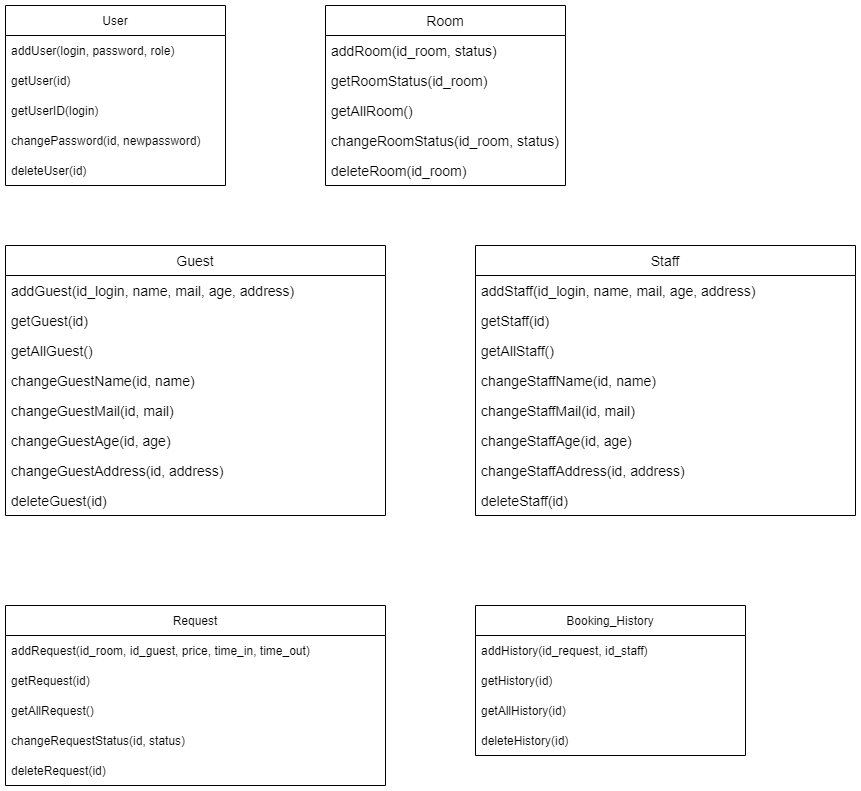
KulosisCode/PPO_BMSTU keeps this draw.io diagram as img/DA.png. Above is the earlier version. Source tidied: cells renumbered, new cells last; positions are measured from the earlier drawing's top-left corner, leaving out a move shared by most shapes.
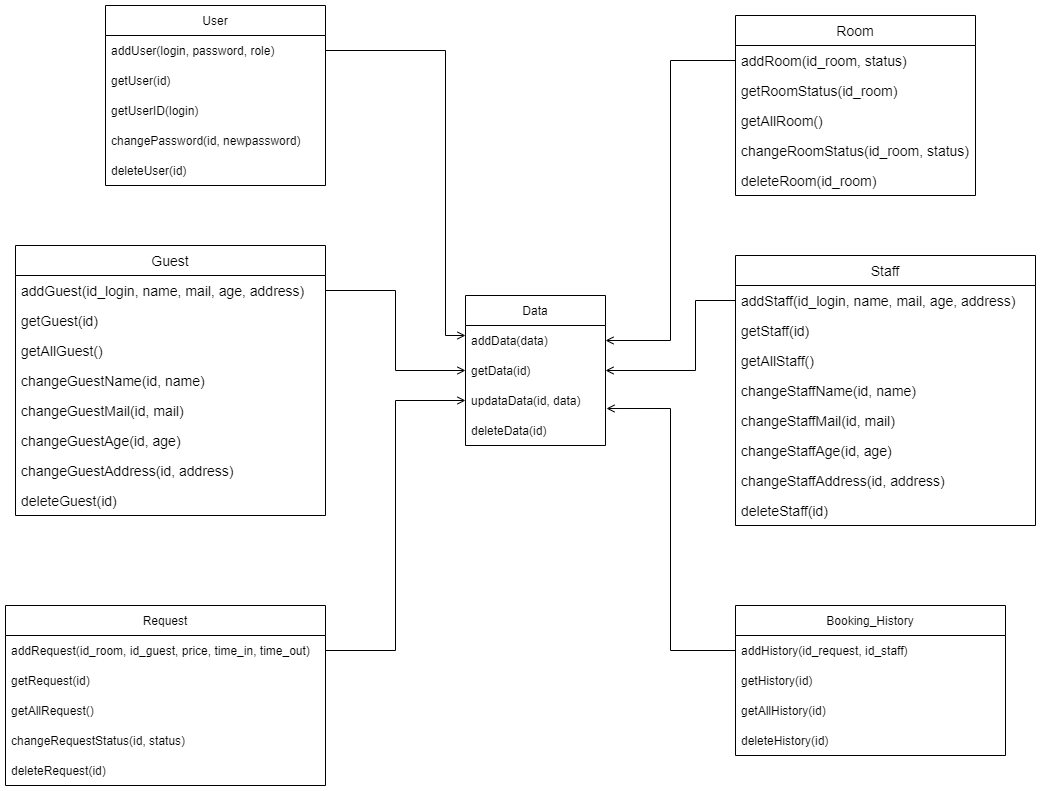
The same file after the commit.

Diff of the diagram source:
```diff
@@ -3,7 +3,7 @@
     <mxCell id="0" />
     <mxCell id="1" parent="0" />
     <mxCell id="2" value="Room" style="swimlane;fontStyle=0;horizontal=1;startSize=30;fontSize=14;" parent="1" vertex="1">
-      <mxGeometry x="320" width="240" height="180" as="geometry" />
+      <mxGeometry x="720" y="10" width="240" height="180" as="geometry" />
     </mxCell>
     <mxCell id="3" value="addRoom(id_room, status)" style="text;strokeColor=none;fillColor=none;align=left;verticalAlign=middle;spacingLeft=4;spacingRight=4;overflow=hidden;points=[[0,0.5],[1,0.5]];portConstraint=eastwest;fontSize=14;" parent="2" vertex="1">
       <mxGeometry y="30" width="240" height="30" as="geometry" />
@@ -21,7 +21,7 @@
       <mxGeometry y="150" width="240" height="30" as="geometry" />
     </mxCell>
     <mxCell id="8" value="User" style="swimlane;fontStyle=0;horizontal=1;startSize=30;" parent="1" vertex="1">
-      <mxGeometry width="220" height="180" as="geometry" />
+      <mxGeometry x="90" width="220" height="180" as="geometry" />
     </mxCell>
     <mxCell id="9" value="addUser(login, password, role)" style="text;strokeColor=none;fillColor=none;align=left;verticalAlign=middle;spacingLeft=4;spacingRight=4;overflow=hidden;points=[[0,0.5],[1,0.5]];portConstraint=eastwest;" parent="8" vertex="1">
       <mxGeometry y="30" width="220" height="30" as="geometry" />
@@ -39,79 +39,79 @@
       <mxGeometry y="150" width="220" height="30" as="geometry" />
     </mxCell>
     <mxCell id="14" value="Staff" style="swimlane;fontStyle=0;horizontal=1;startSize=30;fontSize=14;" parent="1" vertex="1">
-      <mxGeometry x="470" y="240" width="380" height="270" as="geometry" />
+      <mxGeometry x="720" y="250" width="300" height="270" as="geometry" />
     </mxCell>
     <mxCell id="15" value="addStaff(id_login, name, mail, age, address)" style="text;strokeColor=none;fillColor=none;align=left;verticalAlign=middle;spacingLeft=4;spacingRight=4;overflow=hidden;points=[[0,0.5],[1,0.5]];portConstraint=eastwest;fontSize=14;" parent="14" vertex="1">
-      <mxGeometry y="30" width="380" height="30" as="geometry" />
+      <mxGeometry y="30" width="300" height="30" as="geometry" />
     </mxCell>
     <mxCell id="16" value="getStaff(id)" style="text;strokeColor=none;fillColor=none;align=left;verticalAlign=middle;spacingLeft=4;spacingRight=4;overflow=hidden;fontSize=14;" parent="14" vertex="1">
-      <mxGeometry y="60" width="380" height="30" as="geometry" />
+      <mxGeometry y="60" width="300" height="30" as="geometry" />
     </mxCell>
     <mxCell id="17" value="getAllStaff()" style="text;strokeColor=none;fillColor=none;align=left;verticalAlign=middle;spacingLeft=4;spacingRight=4;overflow=hidden;fontSize=14;" parent="14" vertex="1">
-      <mxGeometry y="90" width="380" height="30" as="geometry" />
+      <mxGeometry y="90" width="300" height="30" as="geometry" />
     </mxCell>
     <mxCell id="18" value="changeStaffName(id, name)" style="text;strokeColor=none;fillColor=none;align=left;verticalAlign=middle;spacingLeft=4;spacingRight=4;overflow=hidden;fontSize=14;" parent="14" vertex="1">
-      <mxGeometry y="120" width="380" height="30" as="geometry" />
+      <mxGeometry y="120" width="300" height="30" as="geometry" />
     </mxCell>
     <mxCell id="19" value="changeStaffMail(id, mail)" style="text;strokeColor=none;fillColor=none;align=left;verticalAlign=middle;spacingLeft=4;spacingRight=4;overflow=hidden;fontSize=14;" parent="14" vertex="1">
-      <mxGeometry y="150" width="380" height="30" as="geometry" />
+      <mxGeometry y="150" width="300" height="30" as="geometry" />
     </mxCell>
     <mxCell id="20" value="changeStaffAge(id, age)" style="text;strokeColor=none;fillColor=none;align=left;verticalAlign=middle;spacingLeft=4;spacingRight=4;overflow=hidden;fontSize=14;" parent="14" vertex="1">
-      <mxGeometry y="180" width="380" height="30" as="geometry" />
+      <mxGeometry y="180" width="300" height="30" as="geometry" />
     </mxCell>
     <mxCell id="21" value="changeStaffAddress(id, address)" style="text;strokeColor=none;fillColor=none;align=left;verticalAlign=middle;spacingLeft=4;spacingRight=4;overflow=hidden;fontSize=14;" parent="14" vertex="1">
-      <mxGeometry y="210" width="380" height="30" as="geometry" />
+      <mxGeometry y="210" width="300" height="30" as="geometry" />
     </mxCell>
     <mxCell id="22" value="deleteStaff(id)" style="text;strokeColor=none;fillColor=none;align=left;verticalAlign=middle;spacingLeft=4;spacingRight=4;overflow=hidden;fontSize=14;" parent="14" vertex="1">
-      <mxGeometry y="240" width="380" height="30" as="geometry" />
+      <mxGeometry y="240" width="300" height="30" as="geometry" />
     </mxCell>
     <mxCell id="23" value="Guest" style="swimlane;fontStyle=0;horizontal=1;startSize=30;fontSize=14;" parent="1" vertex="1">
-      <mxGeometry y="240" width="380" height="270" as="geometry" />
+      <mxGeometry y="240" width="310" height="270" as="geometry" />
     </mxCell>
     <mxCell id="24" value="addGuest(id_login, name, mail, age, address)" style="text;strokeColor=none;fillColor=none;align=left;verticalAlign=middle;spacingLeft=4;spacingRight=4;overflow=hidden;points=[[0,0.5],[1,0.5]];portConstraint=eastwest;fontSize=14;" parent="23" vertex="1">
-      <mxGeometry y="30" width="380" height="30" as="geometry" />
+      <mxGeometry y="30" width="310" height="30" as="geometry" />
     </mxCell>
     <mxCell id="25" value="getGuest(id)" style="text;strokeColor=none;fillColor=none;align=left;verticalAlign=middle;spacingLeft=4;spacingRight=4;overflow=hidden;fontSize=14;" parent="23" vertex="1">
-      <mxGeometry y="60" width="380" height="30" as="geometry" />
+      <mxGeometry y="60" width="310" height="30" as="geometry" />
     </mxCell>
     <mxCell id="26" value="getAllGuest()" style="text;strokeColor=none;fillColor=none;align=left;verticalAlign=middle;spacingLeft=4;spacingRight=4;overflow=hidden;fontSize=14;" parent="23" vertex="1">
-      <mxGeometry y="90" width="380" height="30" as="geometry" />
+      <mxGeometry y="90" width="310" height="30" as="geometry" />
     </mxCell>
     <mxCell id="27" value="changeGuestName(id, name)" style="text;strokeColor=none;fillColor=none;align=left;verticalAlign=middle;spacingLeft=4;spacingRight=4;overflow=hidden;fontSize=14;" parent="23" vertex="1">
-      <mxGeometry y="120" width="380" height="30" as="geometry" />
+      <mxGeometry y="120" width="310" height="30" as="geometry" />
     </mxCell>
     <mxCell id="28" value="changeGuestMail(id, mail)" style="text;strokeColor=none;fillColor=none;align=left;verticalAlign=middle;spacingLeft=4;spacingRight=4;overflow=hidden;fontSize=14;" parent="23" vertex="1">
-      <mxGeometry y="150" width="380" height="30" as="geometry" />
+      <mxGeometry y="150" width="310" height="30" as="geometry" />
     </mxCell>
     <mxCell id="29" value="changeGuestAge(id, age)" style="text;strokeColor=none;fillColor=none;align=left;verticalAlign=middle;spacingLeft=4;spacingRight=4;overflow=hidden;fontSize=14;" parent="23" vertex="1">
-      <mxGeometry y="180" width="380" height="30" as="geometry" />
+      <mxGeometry y="180" width="310" height="30" as="geometry" />
     </mxCell>
     <mxCell id="30" value="changeGuestAddress(id, address)" style="text;strokeColor=none;fillColor=none;align=left;verticalAlign=middle;spacingLeft=4;spacingRight=4;overflow=hidden;fontSize=14;" parent="23" vertex="1">
-      <mxGeometry y="210" width="380" height="30" as="geometry" />
+      <mxGeometry y="210" width="310" height="30" as="geometry" />
     </mxCell>
     <mxCell id="31" value="deleteGuest(id)" style="text;strokeColor=none;fillColor=none;align=left;verticalAlign=middle;spacingLeft=4;spacingRight=4;overflow=hidden;fontSize=14;" parent="23" vertex="1">
-      <mxGeometry y="240" width="380" height="30" as="geometry" />
+      <mxGeometry y="240" width="310" height="30" as="geometry" />
     </mxCell>
     <mxCell id="32" value="Request" style="swimlane;fontStyle=0;horizontal=1;startSize=30;" parent="1" vertex="1">
-      <mxGeometry y="600" width="380" height="180" as="geometry" />
+      <mxGeometry x="-10" y="600" width="320" height="180" as="geometry" />
     </mxCell>
     <mxCell id="33" value="addRequest(id_room, id_guest, price, time_in, time_out)" style="text;strokeColor=none;fillColor=none;align=left;verticalAlign=middle;spacingLeft=4;spacingRight=4;overflow=hidden;points=[[0,0.5],[1,0.5]];portConstraint=eastwest;" parent="32" vertex="1">
-      <mxGeometry y="30" width="380" height="30" as="geometry" />
+      <mxGeometry y="30" width="320" height="30" as="geometry" />
     </mxCell>
     <mxCell id="34" value="getRequest(id)" style="text;strokeColor=none;fillColor=none;align=left;verticalAlign=middle;spacingLeft=4;spacingRight=4;overflow=hidden;" parent="32" vertex="1">
-      <mxGeometry y="60" width="380" height="30" as="geometry" />
+      <mxGeometry y="60" width="320" height="30" as="geometry" />
     </mxCell>
     <mxCell id="35" value="getAllRequest()" style="text;strokeColor=none;fillColor=none;align=left;verticalAlign=middle;spacingLeft=4;spacingRight=4;overflow=hidden;" parent="32" vertex="1">
-      <mxGeometry y="90" width="380" height="30" as="geometry" />
+      <mxGeometry y="90" width="320" height="30" as="geometry" />
     </mxCell>
     <mxCell id="36" value="changeRequestStatus(id, status)" style="text;strokeColor=none;fillColor=none;align=left;verticalAlign=middle;spacingLeft=4;spacingRight=4;overflow=hidden;" parent="32" vertex="1">
-      <mxGeometry y="120" width="380" height="30" as="geometry" />
+      <mxGeometry y="120" width="320" height="30" as="geometry" />
     </mxCell>
     <mxCell id="37" value="deleteRequest(id)" style="text;strokeColor=none;fillColor=none;align=left;verticalAlign=middle;spacingLeft=4;spacingRight=4;overflow=hidden;" parent="32" vertex="1">
-      <mxGeometry y="150" width="380" height="30" as="geometry" />
+      <mxGeometry y="150" width="320" height="30" as="geometry" />
     </mxCell>
     <mxCell id="38" value="Booking_History" style="swimlane;fontStyle=0;horizontal=1;startSize=30;" parent="1" vertex="1">
-      <mxGeometry x="470" y="600" width="270" height="150" as="geometry" />
+      <mxGeometry x="720" y="600" width="270" height="150" as="geometry" />
     </mxCell>
     <mxCell id="39" value="addHistory(id_request, id_staff)" style="text;strokeColor=none;fillColor=none;align=left;verticalAlign=middle;spacingLeft=4;spacingRight=4;overflow=hidden;points=[[0,0.5],[1,0.5]];portConstraint=eastwest;" parent="38" vertex="1">
       <mxGeometry y="30" width="270" height="30" as="geometry" />
@@ -125,5 +125,49 @@
     <mxCell id="42" value="deleteHistory(id)" style="text;strokeColor=none;fillColor=none;align=left;verticalAlign=middle;spacingLeft=4;spacingRight=4;overflow=hidden;" parent="38" vertex="1">
       <mxGeometry y="120" width="270" height="30" as="geometry" />
     </mxCell>
+    <mxCell id="43" value="Data" style="swimlane;fontStyle=0;horizontal=1;startSize=30;" parent="1" vertex="1">
+      <mxGeometry x="450" y="290" width="140" height="150" as="geometry" />
+    </mxCell>
+    <mxCell id="44" value="addData(data)" style="text;strokeColor=none;fillColor=none;align=left;verticalAlign=middle;spacingLeft=4;spacingRight=4;overflow=hidden;points=[[0,0.5],[1,0.5]];portConstraint=eastwest;" parent="43" vertex="1">
+      <mxGeometry y="30" width="140" height="30" as="geometry" />
+    </mxCell>
+    <mxCell id="45" value="getData(id)" style="text;strokeColor=none;fillColor=none;align=left;verticalAlign=middle;spacingLeft=4;spacingRight=4;overflow=hidden;points=[[0,0.5],[1,0.5]];portConstraint=eastwest;" parent="43" vertex="1">
+      <mxGeometry y="60" width="140" height="30" as="geometry" />
+    </mxCell>
+    <mxCell id="46" value="updataData(id, data)" style="text;strokeColor=none;fillColor=none;align=left;verticalAlign=middle;spacingLeft=4;spacingRight=4;overflow=hidden;points=[[0,0.5],[1,0.5]];portConstraint=eastwest;" parent="43" vertex="1">
+      <mxGeometry y="90" width="140" height="30" as="geometry" />
+    </mxCell>
+    <mxCell id="47" value="deleteData(id)" style="text;strokeColor=none;fillColor=none;align=left;verticalAlign=middle;spacingLeft=4;spacingRight=4;overflow=hidden;" parent="43" vertex="1">
+      <mxGeometry y="120" width="140" height="30" as="geometry" />
+    </mxCell>
+    <mxCell id="48" style="html=1;labelBackgroundColor=#ffffff;endArrow=open;endFill=0;endSize=6;jettySize=auto;strokeWidth=1;fontSize=14;rounded=0;exitX=1;exitY=0.5;exitDx=0;exitDy=0;entryX=0;entryY=0.5;entryDx=0;entryDy=0;edgeStyle=orthogonalEdgeStyle;" parent="1" edge="1" source="24" target="45">
+      <mxGeometry relative="1" as="geometry" />
+    </mxCell>
+    <mxCell id="49" style="html=1;labelBackgroundColor=#ffffff;endArrow=open;endFill=0;endSize=6;jettySize=auto;strokeWidth=1;fontSize=14;rounded=0;exitX=1;exitY=0.5;exitDx=0;exitDy=0;edgeStyle=orthogonalEdgeStyle;" parent="1" edge="1" source="9">
+      <mxGeometry relative="1" as="geometry">
+        <mxPoint x="450" y="330" as="targetPoint" />
+        <Array as="points">
+          <mxPoint x="430" y="45" />
+          <mxPoint x="430" y="330" />
+        </Array>
+      </mxGeometry>
+    </mxCell>
+    <mxCell id="50" style="html=1;labelBackgroundColor=#ffffff;endArrow=open;endFill=0;endSize=6;jettySize=auto;strokeWidth=1;fontSize=14;rounded=0;exitX=0;exitY=0.5;exitDx=0;exitDy=0;entryX=1;entryY=0.5;entryDx=0;entryDy=0;edgeStyle=orthogonalEdgeStyle;" parent="1" edge="1" source="3" target="44">
+      <mxGeometry relative="1" as="geometry" />
+    </mxCell>
+    <mxCell id="51" style="html=1;labelBackgroundColor=#ffffff;endArrow=open;endFill=0;endSize=6;jettySize=auto;strokeWidth=1;fontSize=14;rounded=0;exitX=0;exitY=0.5;exitDx=0;exitDy=0;entryX=1;entryY=0.5;entryDx=0;entryDy=0;edgeStyle=orthogonalEdgeStyle;" parent="1" edge="1" source="15" target="45">
+      <mxGeometry relative="1" as="geometry">
+        <Array as="points">
+          <mxPoint x="680" y="295" />
+          <mxPoint x="680" y="365" />
+        </Array>
+      </mxGeometry>
+    </mxCell>
+    <mxCell id="52" style="html=1;labelBackgroundColor=#ffffff;endArrow=open;endFill=0;endSize=6;jettySize=auto;strokeWidth=1;fontSize=14;rounded=0;exitX=1;exitY=0.5;exitDx=0;exitDy=0;entryX=0;entryY=0.5;entryDx=0;entryDy=0;edgeStyle=orthogonalEdgeStyle;" parent="1" edge="1" source="33" target="46">
+      <mxGeometry relative="1" as="geometry" />
+    </mxCell>
+    <mxCell id="53" style="html=1;labelBackgroundColor=#ffffff;endArrow=open;endFill=0;endSize=6;jettySize=auto;strokeWidth=1;fontSize=14;rounded=0;exitX=0;exitY=0.5;exitDx=0;exitDy=0;entryX=1.007;entryY=0.767;entryDx=0;entryDy=0;entryPerimeter=0;edgeStyle=orthogonalEdgeStyle;" parent="1" edge="1" source="39" target="46">
+      <mxGeometry relative="1" as="geometry" />
+    </mxCell>
   </root>
 </mxGraphModel>
```
